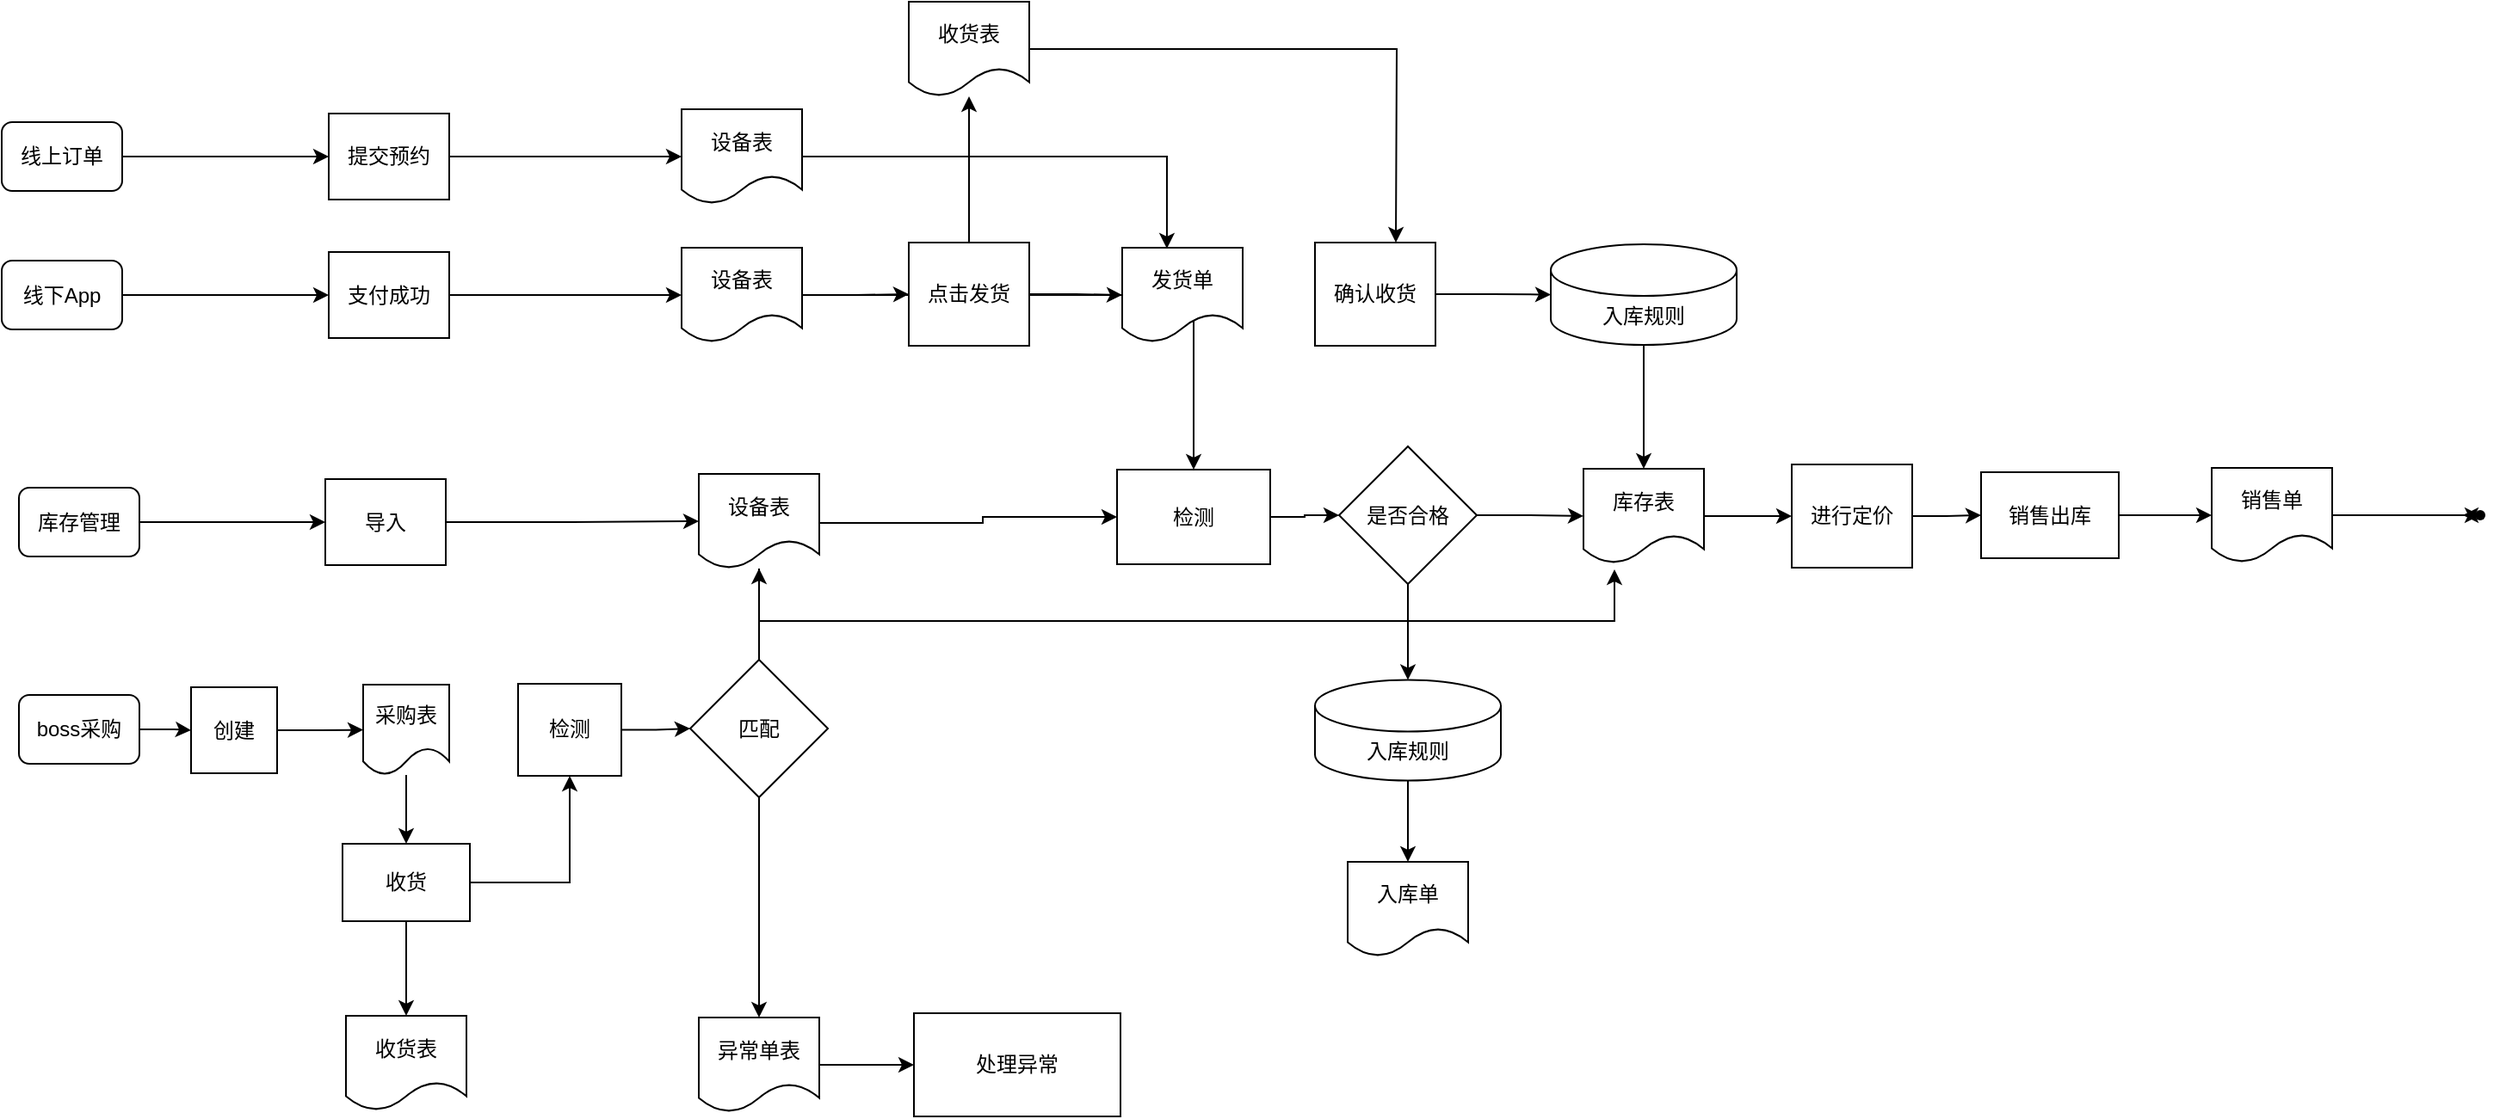
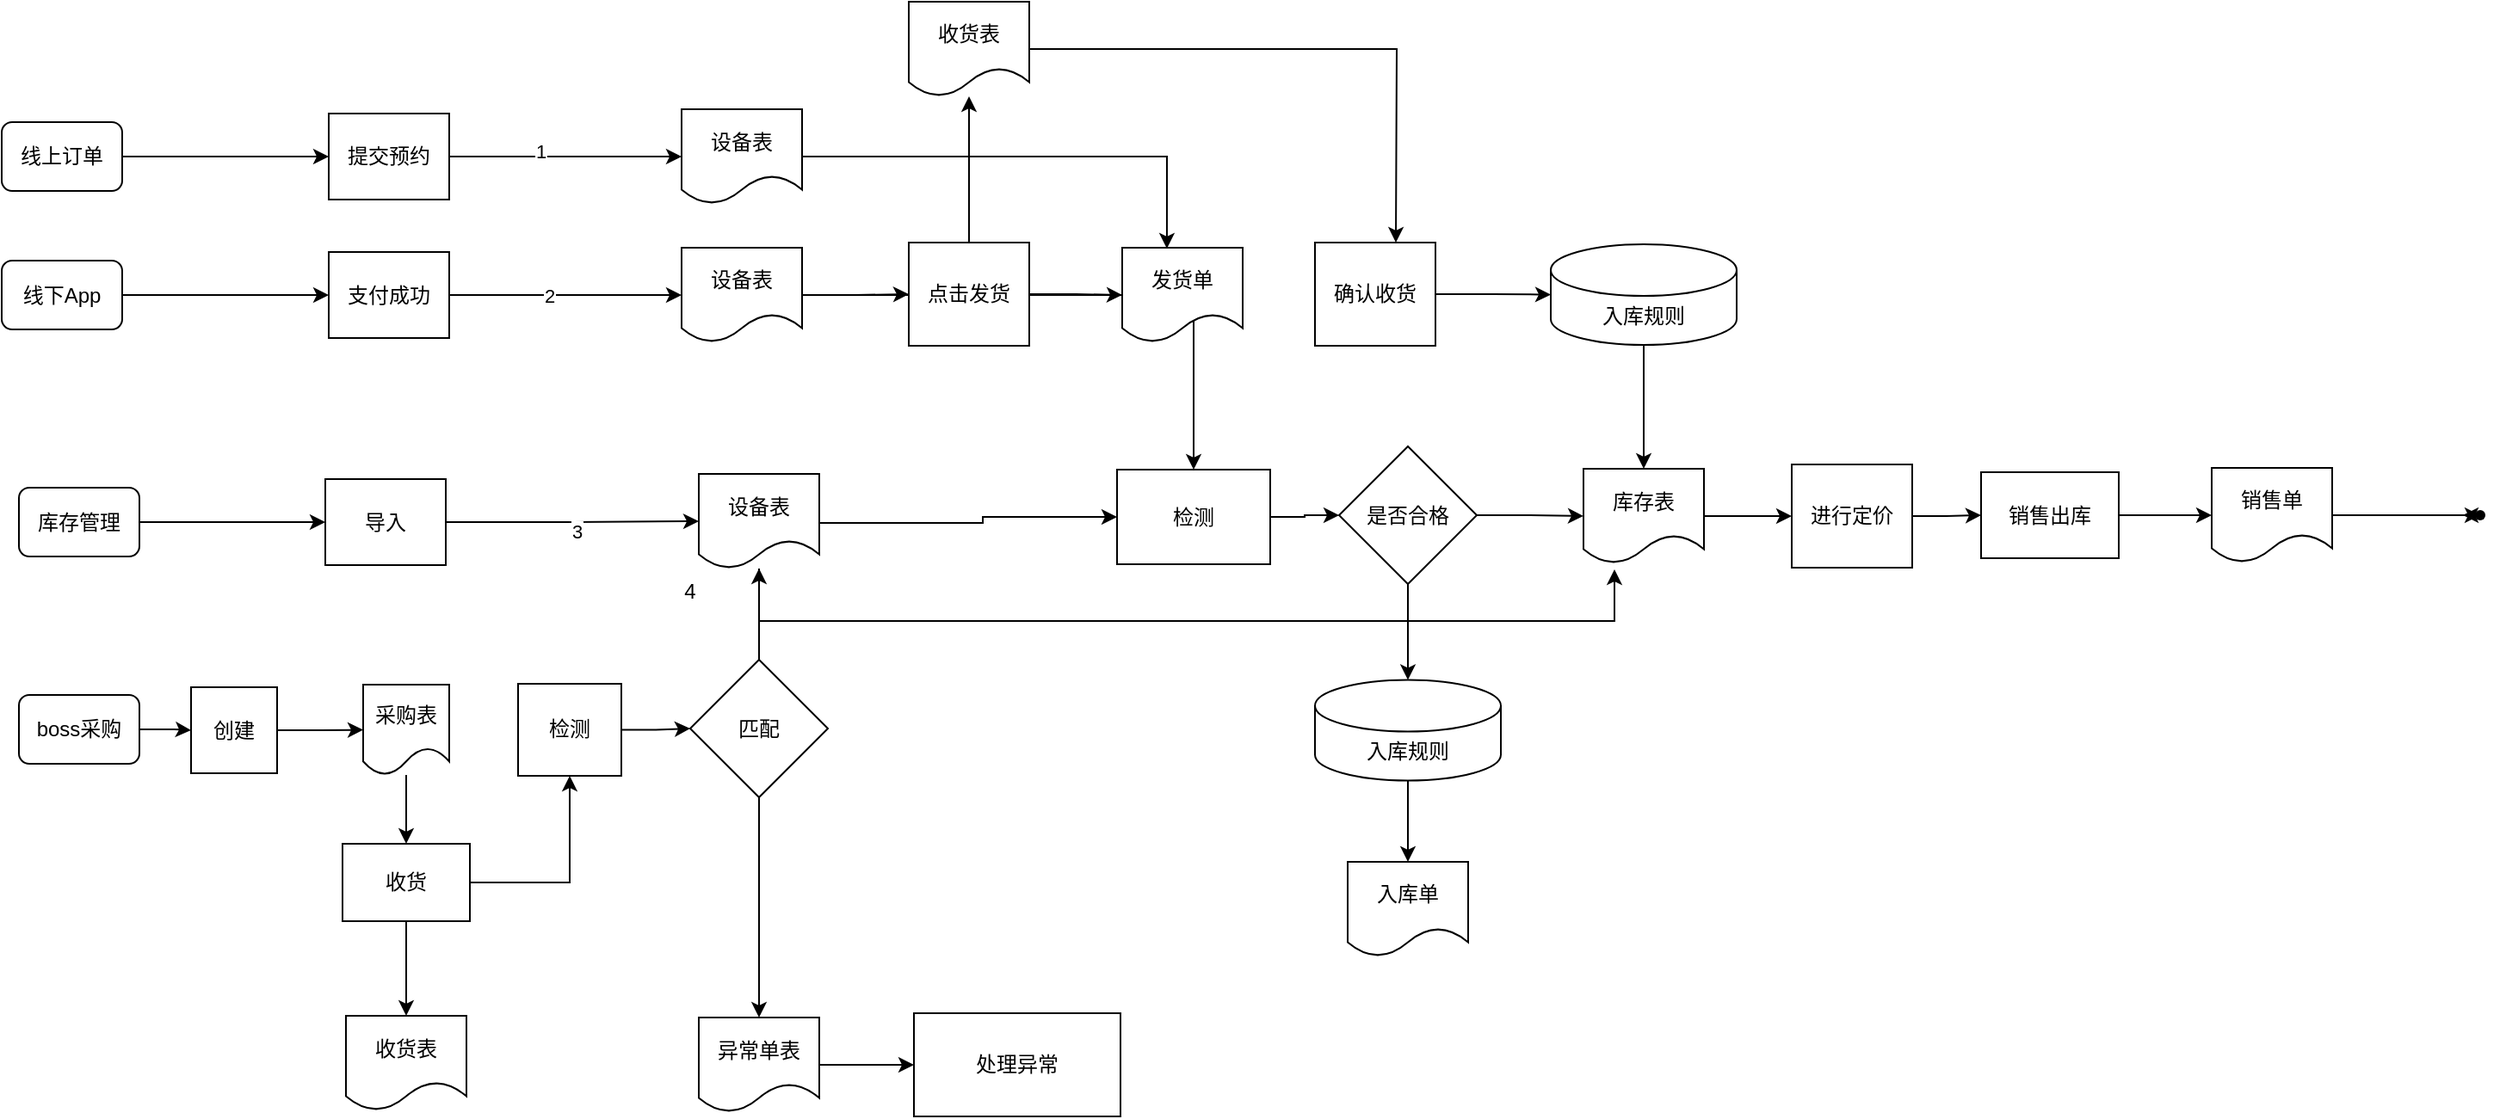
<mxfile host="app.diagrams.net">
  <diagram name="第 1 页" id="s3CgnVwbfZmktE_ADOAM">
-     <mxGraphModel dx="1945" dy="894" grid="1" gridSize="10" guides="1" tooltips="1" connect="1" arrows="1" fold="1" page="1" pageScale="1" pageWidth="827" pageHeight="1169" math="0" shadow="0">
+     <mxGraphModel dx="1465" dy="741" grid="1" gridSize="10" guides="1" tooltips="1" connect="1" arrows="1" fold="1" page="1" pageScale="1" pageWidth="827" pageHeight="1169" math="0" shadow="0">
      <root>
        <mxCell id="0" />
        <mxCell id="1" parent="0" />
        <mxCell id="9bAV4iDaCewVaVFpZhyE-6" edge="1" parent="1" source="9bAV4iDaCewVaVFpZhyE-1" style="edgeStyle=orthogonalEdgeStyle;rounded=0;orthogonalLoop=1;jettySize=auto;html=1;entryX=0;entryY=0.5;entryDx=0;entryDy=0;" target="9bAV4iDaCewVaVFpZhyE-5">
          <mxGeometry relative="1" as="geometry" />
        </mxCell>
        <mxCell id="9bAV4iDaCewVaVFpZhyE-1" parent="1" style="rounded=1;whiteSpace=wrap;html=1;" value="线上订单" vertex="1">
          <mxGeometry height="40" width="70" x="100" y="200" as="geometry" />
        </mxCell>
        <mxCell id="9bAV4iDaCewVaVFpZhyE-8" edge="1" parent="1" source="9bAV4iDaCewVaVFpZhyE-2" style="edgeStyle=orthogonalEdgeStyle;rounded=0;orthogonalLoop=1;jettySize=auto;html=1;entryX=0;entryY=0.5;entryDx=0;entryDy=0;" target="9bAV4iDaCewVaVFpZhyE-7">
          <mxGeometry relative="1" as="geometry" />
        </mxCell>
        <mxCell id="9bAV4iDaCewVaVFpZhyE-2" parent="1" style="rounded=1;whiteSpace=wrap;html=1;" value="线下App" vertex="1">
          <mxGeometry height="40" width="70" x="100" y="280.5" as="geometry" />
        </mxCell>
        <mxCell id="9bAV4iDaCewVaVFpZhyE-18" edge="1" parent="1" source="9bAV4iDaCewVaVFpZhyE-4" style="edgeStyle=orthogonalEdgeStyle;rounded=0;orthogonalLoop=1;jettySize=auto;html=1;entryX=0;entryY=0.5;entryDx=0;entryDy=0;" target="9bAV4iDaCewVaVFpZhyE-17">
          <mxGeometry relative="1" as="geometry" />
        </mxCell>
        <mxCell id="9bAV4iDaCewVaVFpZhyE-4" parent="1" style="rounded=1;whiteSpace=wrap;html=1;" value="boss采购" vertex="1">
          <mxGeometry height="40" width="70" x="110" y="533" as="geometry" />
        </mxCell>
        <mxCell id="9bAV4iDaCewVaVFpZhyE-13" edge="1" parent="1" source="9bAV4iDaCewVaVFpZhyE-5" style="edgeStyle=orthogonalEdgeStyle;rounded=0;orthogonalLoop=1;jettySize=auto;html=1;entryX=0;entryY=0.5;entryDx=0;entryDy=0;" target="9bAV4iDaCewVaVFpZhyE-10">
          <mxGeometry relative="1" as="geometry" />
        </mxCell>
+         <mxCell id="6U2cnajlqVI5yBvSTo5x-1" connectable="0" parent="9bAV4iDaCewVaVFpZhyE-13" style="edgeLabel;html=1;align=center;verticalAlign=middle;resizable=0;points=[];" value="1" vertex="1">
+           <mxGeometry relative="1" x="-0.22" y="3" as="geometry">
+             <mxPoint as="offset" />
+           </mxGeometry>
+         </mxCell>
        <mxCell id="9bAV4iDaCewVaVFpZhyE-5" parent="1" style="rounded=0;whiteSpace=wrap;html=1;" value="提交预约" vertex="1">
          <mxGeometry height="50" width="70" x="290" y="195" as="geometry" />
        </mxCell>
        <mxCell id="9bAV4iDaCewVaVFpZhyE-14" edge="1" parent="1" source="9bAV4iDaCewVaVFpZhyE-7" style="edgeStyle=orthogonalEdgeStyle;rounded=0;orthogonalLoop=1;jettySize=auto;html=1;entryX=0;entryY=0.5;entryDx=0;entryDy=0;" target="9bAV4iDaCewVaVFpZhyE-11">
          <mxGeometry relative="1" as="geometry" />
+         </mxCell>
+         <mxCell id="6U2cnajlqVI5yBvSTo5x-2" connectable="0" parent="9bAV4iDaCewVaVFpZhyE-14" style="edgeLabel;html=1;align=center;verticalAlign=middle;resizable=0;points=[];" value="2" vertex="1">
+           <mxGeometry relative="1" x="-0.1503" as="geometry">
+             <mxPoint as="offset" />
+           </mxGeometry>
        </mxCell>
        <mxCell id="9bAV4iDaCewVaVFpZhyE-7" parent="1" style="rounded=0;whiteSpace=wrap;html=1;" value="支付成功" vertex="1">
          <mxGeometry height="50" width="70" x="290" y="275.5" as="geometry" />
        </mxCell>
        <mxCell id="GVKssT9AvyQaVMVPeHK4-81" edge="1" parent="1" source="9bAV4iDaCewVaVFpZhyE-9" style="edgeStyle=orthogonalEdgeStyle;rounded=0;orthogonalLoop=1;jettySize=auto;html=1;" target="GVKssT9AvyQaVMVPeHK4-80" value="">
          <mxGeometry relative="1" as="geometry" />
        </mxCell>
        <mxCell id="8hWod6TTKWvcKmEvH4T0-15" edge="1" parent="1" source="9bAV4iDaCewVaVFpZhyE-9" style="edgeStyle=orthogonalEdgeStyle;rounded=0;orthogonalLoop=1;jettySize=auto;html=1;entryX=0.5;entryY=1;entryDx=0;entryDy=0;" target="GVKssT9AvyQaVMVPeHK4-85">
          <mxGeometry relative="1" as="geometry" />
        </mxCell>
        <mxCell id="9bAV4iDaCewVaVFpZhyE-9" parent="1" style="rounded=0;whiteSpace=wrap;html=1;" value="收货" vertex="1">
          <mxGeometry height="45" width="74" x="298" y="619.5" as="geometry" />
        </mxCell>
        <mxCell id="9bAV4iDaCewVaVFpZhyE-10" parent="1" style="shape=document;whiteSpace=wrap;html=1;boundedLbl=1;" value="设备表" vertex="1">
          <mxGeometry height="55" width="70" x="495" y="192.5" as="geometry" />
        </mxCell>
        <mxCell id="GVKssT9AvyQaVMVPeHK4-16" edge="1" parent="1" source="9bAV4iDaCewVaVFpZhyE-11" style="edgeStyle=orthogonalEdgeStyle;rounded=0;orthogonalLoop=1;jettySize=auto;html=1;entryX=0.5;entryY=0;entryDx=0;entryDy=0;" target="GVKssT9AvyQaVMVPeHK4-11">
          <mxGeometry relative="1" as="geometry" />
        </mxCell>
        <mxCell id="GVKssT9AvyQaVMVPeHK4-46" edge="1" parent="1" source="9bAV4iDaCewVaVFpZhyE-11" style="edgeStyle=orthogonalEdgeStyle;rounded=0;orthogonalLoop=1;jettySize=auto;html=1;entryX=0;entryY=0.5;entryDx=0;entryDy=0;" target="GVKssT9AvyQaVMVPeHK4-45">
          <mxGeometry relative="1" as="geometry" />
        </mxCell>
        <mxCell id="9bAV4iDaCewVaVFpZhyE-11" parent="1" style="shape=document;whiteSpace=wrap;html=1;boundedLbl=1;" value="设备表" vertex="1">
          <mxGeometry height="55" width="70" x="495" y="273" as="geometry" />
        </mxCell>
        <mxCell id="9bAV4iDaCewVaVFpZhyE-20" edge="1" parent="1" source="9bAV4iDaCewVaVFpZhyE-17" style="edgeStyle=orthogonalEdgeStyle;rounded=0;orthogonalLoop=1;jettySize=auto;html=1;entryX=0;entryY=0.5;entryDx=0;entryDy=0;" target="9bAV4iDaCewVaVFpZhyE-19">
          <mxGeometry relative="1" as="geometry" />
        </mxCell>
        <mxCell id="9bAV4iDaCewVaVFpZhyE-17" parent="1" style="rounded=0;whiteSpace=wrap;html=1;" value="创建" vertex="1">
          <mxGeometry height="50" width="50" x="210" y="528.5" as="geometry" />
        </mxCell>
        <mxCell id="GVKssT9AvyQaVMVPeHK4-70" edge="1" parent="1" source="9bAV4iDaCewVaVFpZhyE-19" style="edgeStyle=orthogonalEdgeStyle;rounded=0;orthogonalLoop=1;jettySize=auto;html=1;" target="9bAV4iDaCewVaVFpZhyE-9" value="">
          <mxGeometry relative="1" as="geometry" />
        </mxCell>
        <mxCell id="9bAV4iDaCewVaVFpZhyE-19" parent="1" style="shape=document;whiteSpace=wrap;html=1;boundedLbl=1;" value="采购表" vertex="1">
          <mxGeometry height="52.5" width="50" x="310" y="527" as="geometry" />
        </mxCell>
        <mxCell id="GVKssT9AvyQaVMVPeHK4-67" edge="1" parent="1" source="GVKssT9AvyQaVMVPeHK4-10" style="edgeStyle=orthogonalEdgeStyle;rounded=0;orthogonalLoop=1;jettySize=auto;html=1;" target="GVKssT9AvyQaVMVPeHK4-13" value="">
          <mxGeometry relative="1" as="geometry" />
        </mxCell>
        <mxCell id="8hWod6TTKWvcKmEvH4T0-7" edge="1" parent="1" source="GVKssT9AvyQaVMVPeHK4-10" style="edgeStyle=orthogonalEdgeStyle;rounded=0;orthogonalLoop=1;jettySize=auto;html=1;" target="8hWod6TTKWvcKmEvH4T0-6" value="">
          <mxGeometry relative="1" as="geometry" />
        </mxCell>
        <mxCell id="GVKssT9AvyQaVMVPeHK4-10" parent="1" style="rhombus;whiteSpace=wrap;html=1;" value="是否合格" vertex="1">
          <mxGeometry height="80" width="80" x="877" y="388.5" as="geometry" />
        </mxCell>
        <mxCell id="GVKssT9AvyQaVMVPeHK4-74" edge="1" parent="1" source="GVKssT9AvyQaVMVPeHK4-11" style="edgeStyle=orthogonalEdgeStyle;rounded=0;orthogonalLoop=1;jettySize=auto;html=1;" target="GVKssT9AvyQaVMVPeHK4-10" value="">
          <mxGeometry relative="1" as="geometry" />
        </mxCell>
        <mxCell id="GVKssT9AvyQaVMVPeHK4-11" parent="1" style="rounded=0;whiteSpace=wrap;html=1;" value="&lt;span style=&quot;text-align: left;&quot;&gt;检测&lt;/span&gt;" vertex="1">
          <mxGeometry height="55" width="89" x="748" y="402" as="geometry" />
        </mxCell>
        <mxCell id="GVKssT9AvyQaVMVPeHK4-60" edge="1" parent="1" source="GVKssT9AvyQaVMVPeHK4-13" style="edgeStyle=orthogonalEdgeStyle;rounded=0;orthogonalLoop=1;jettySize=auto;html=1;" target="GVKssT9AvyQaVMVPeHK4-19" value="">
          <mxGeometry relative="1" as="geometry" />
        </mxCell>
        <mxCell id="GVKssT9AvyQaVMVPeHK4-13" parent="1" style="shape=document;whiteSpace=wrap;html=1;boundedLbl=1;" value="库存表" vertex="1">
          <mxGeometry height="55" width="70" x="1019" y="401.5" as="geometry" />
        </mxCell>
        <mxCell id="GVKssT9AvyQaVMVPeHK4-22" edge="1" parent="1" source="GVKssT9AvyQaVMVPeHK4-19" style="edgeStyle=orthogonalEdgeStyle;rounded=0;orthogonalLoop=1;jettySize=auto;html=1;" target="GVKssT9AvyQaVMVPeHK4-21" value="">
          <mxGeometry relative="1" as="geometry" />
        </mxCell>
        <mxCell id="GVKssT9AvyQaVMVPeHK4-19" parent="1" style="rounded=0;whiteSpace=wrap;html=1;" value="进行定价" vertex="1">
          <mxGeometry height="60" width="70" x="1140" y="399" as="geometry" />
        </mxCell>
        <mxCell id="GVKssT9AvyQaVMVPeHK4-25" edge="1" parent="1" source="GVKssT9AvyQaVMVPeHK4-21" style="edgeStyle=orthogonalEdgeStyle;rounded=0;orthogonalLoop=1;jettySize=auto;html=1;" target="GVKssT9AvyQaVMVPeHK4-24" value="">
          <mxGeometry relative="1" as="geometry" />
        </mxCell>
        <mxCell id="GVKssT9AvyQaVMVPeHK4-21" parent="1" style="whiteSpace=wrap;html=1;rounded=0;" value="销售出库" vertex="1">
          <mxGeometry height="50" width="80" x="1250" y="403.5" as="geometry" />
        </mxCell>
        <mxCell id="GVKssT9AvyQaVMVPeHK4-62" edge="1" parent="1" source="GVKssT9AvyQaVMVPeHK4-61" style="edgeStyle=orthogonalEdgeStyle;rounded=0;orthogonalLoop=1;jettySize=auto;html=1;" value="">
          <mxGeometry relative="1" as="geometry">
            <mxPoint x="1530" y="429" as="targetPoint" />
          </mxGeometry>
        </mxCell>
        <mxCell id="GVKssT9AvyQaVMVPeHK4-24" parent="1" style="shape=document;whiteSpace=wrap;html=1;boundedLbl=1;" value="销售单" vertex="1">
          <mxGeometry height="55" width="70" x="1384" y="401" as="geometry" />
        </mxCell>
        <mxCell id="GVKssT9AvyQaVMVPeHK4-26" parent="1" style="shape=document;whiteSpace=wrap;html=1;boundedLbl=1;" value="发货单" vertex="1">
          <mxGeometry height="55" width="70" x="751" y="273" as="geometry" />
        </mxCell>
        <mxCell id="GVKssT9AvyQaVMVPeHK4-30" edge="1" parent="1" source="9bAV4iDaCewVaVFpZhyE-2" style="edgeStyle=orthogonalEdgeStyle;rounded=0;orthogonalLoop=1;jettySize=auto;html=1;exitX=0.5;exitY=1;exitDx=0;exitDy=0;" target="9bAV4iDaCewVaVFpZhyE-2">
          <mxGeometry relative="1" as="geometry" />
        </mxCell>
        <mxCell id="GVKssT9AvyQaVMVPeHK4-31" edge="1" parent="1" style="edgeStyle=orthogonalEdgeStyle;rounded=0;orthogonalLoop=1;jettySize=auto;html=1;exitX=0.5;exitY=1;exitDx=0;exitDy=0;">
          <mxGeometry relative="1" as="geometry">
            <mxPoint x="200" y="390" as="sourcePoint" />
            <mxPoint x="200" y="390" as="targetPoint" />
          </mxGeometry>
        </mxCell>
        <mxCell id="GVKssT9AvyQaVMVPeHK4-34" edge="1" parent="1" source="GVKssT9AvyQaVMVPeHK4-32" style="edgeStyle=orthogonalEdgeStyle;rounded=0;orthogonalLoop=1;jettySize=auto;html=1;entryX=0;entryY=0.5;entryDx=0;entryDy=0;" target="GVKssT9AvyQaVMVPeHK4-33">
          <mxGeometry relative="1" as="geometry" />
        </mxCell>
        <mxCell id="GVKssT9AvyQaVMVPeHK4-32" parent="1" style="rounded=1;whiteSpace=wrap;html=1;" value="库存管理" vertex="1">
          <mxGeometry height="40" width="70" x="110" y="412.5" as="geometry" />
        </mxCell>
        <mxCell id="GVKssT9AvyQaVMVPeHK4-33" parent="1" style="rounded=0;whiteSpace=wrap;html=1;" value="导入" vertex="1">
          <mxGeometry height="50" width="70" x="288" y="407.5" as="geometry" />
        </mxCell>
        <mxCell id="GVKssT9AvyQaVMVPeHK4-39" edge="1" parent="1" style="edgeStyle=orthogonalEdgeStyle;rounded=0;orthogonalLoop=1;jettySize=auto;html=1;exitX=0.5;exitY=1;exitDx=0;exitDy=0;">
          <mxGeometry relative="1" as="geometry">
            <mxPoint x="133" y="453.5" as="sourcePoint" />
            <mxPoint x="133" y="453.5" as="targetPoint" />
          </mxGeometry>
        </mxCell>
        <mxCell id="GVKssT9AvyQaVMVPeHK4-75" edge="1" parent="1" source="GVKssT9AvyQaVMVPeHK4-40" style="edgeStyle=orthogonalEdgeStyle;rounded=0;orthogonalLoop=1;jettySize=auto;html=1;">
          <mxGeometry relative="1" as="geometry">
            <Array as="points">
              <mxPoint x="540" y="490" />
              <mxPoint x="1037" y="490" />
            </Array>
            <mxPoint x="1037" y="460" as="targetPoint" />
          </mxGeometry>
        </mxCell>
        <mxCell id="GVKssT9AvyQaVMVPeHK4-94" edge="1" parent="1" source="GVKssT9AvyQaVMVPeHK4-40" style="edgeStyle=orthogonalEdgeStyle;rounded=0;orthogonalLoop=1;jettySize=auto;html=1;entryX=0;entryY=0.5;entryDx=0;entryDy=0;" target="GVKssT9AvyQaVMVPeHK4-11">
          <mxGeometry relative="1" as="geometry">
            <Array as="points">
              <mxPoint x="670" y="433" />
              <mxPoint x="670" y="429" />
            </Array>
          </mxGeometry>
        </mxCell>
        <mxCell id="GVKssT9AvyQaVMVPeHK4-40" parent="1" style="shape=document;whiteSpace=wrap;html=1;boundedLbl=1;" value="设备表" vertex="1">
          <mxGeometry height="55" width="70" x="505" y="404.5" as="geometry" />
        </mxCell>
        <mxCell id="GVKssT9AvyQaVMVPeHK4-41" edge="1" parent="1" source="GVKssT9AvyQaVMVPeHK4-33" style="edgeStyle=orthogonalEdgeStyle;rounded=0;orthogonalLoop=1;jettySize=auto;html=1;entryX=0;entryY=0.5;entryDx=0;entryDy=0;" target="GVKssT9AvyQaVMVPeHK4-40">
          <mxGeometry relative="1" as="geometry" />
        </mxCell>
+         <mxCell id="6U2cnajlqVI5yBvSTo5x-3" connectable="0" parent="GVKssT9AvyQaVMVPeHK4-41" style="edgeLabel;html=1;align=center;verticalAlign=middle;resizable=0;points=[];" value="3" vertex="1">
+           <mxGeometry relative="1" x="0.0342" y="-6" as="geometry">
+             <mxPoint as="offset" />
+           </mxGeometry>
+         </mxCell>
        <mxCell id="GVKssT9AvyQaVMVPeHK4-47" edge="1" parent="1" source="GVKssT9AvyQaVMVPeHK4-45" style="edgeStyle=orthogonalEdgeStyle;rounded=0;orthogonalLoop=1;jettySize=auto;html=1;entryX=0;entryY=0.5;entryDx=0;entryDy=0;" target="GVKssT9AvyQaVMVPeHK4-26">
          <mxGeometry relative="1" as="geometry" />
        </mxCell>
        <mxCell id="8hWod6TTKWvcKmEvH4T0-10" edge="1" parent="1" source="GVKssT9AvyQaVMVPeHK4-45" style="edgeStyle=orthogonalEdgeStyle;rounded=0;orthogonalLoop=1;jettySize=auto;html=1;" target="8hWod6TTKWvcKmEvH4T0-9" value="">
          <mxGeometry relative="1" as="geometry" />
        </mxCell>
        <mxCell id="GVKssT9AvyQaVMVPeHK4-45" parent="1" style="rounded=0;whiteSpace=wrap;html=1;" value="点击发货" vertex="1">
          <mxGeometry height="60" width="70" x="627" y="270" as="geometry" />
        </mxCell>
        <mxCell id="GVKssT9AvyQaVMVPeHK4-48" edge="1" parent="1" source="9bAV4iDaCewVaVFpZhyE-10" style="edgeStyle=orthogonalEdgeStyle;rounded=0;orthogonalLoop=1;jettySize=auto;html=1;entryX=0.371;entryY=0.009;entryDx=0;entryDy=0;entryPerimeter=0;" target="GVKssT9AvyQaVMVPeHK4-26">
          <mxGeometry relative="1" as="geometry" />
        </mxCell>
        <mxCell id="8hWod6TTKWvcKmEvH4T0-12" edge="1" parent="1" source="GVKssT9AvyQaVMVPeHK4-49" style="edgeStyle=orthogonalEdgeStyle;rounded=0;orthogonalLoop=1;jettySize=auto;html=1;" target="8hWod6TTKWvcKmEvH4T0-11" value="">
          <mxGeometry relative="1" as="geometry" />
        </mxCell>
        <mxCell id="GVKssT9AvyQaVMVPeHK4-49" parent="1" style="whiteSpace=wrap;html=1;" value="确认收货" vertex="1">
          <mxGeometry height="60" width="70" x="863" y="270" as="geometry" />
        </mxCell>
        <mxCell id="GVKssT9AvyQaVMVPeHK4-65" edge="1" parent="1" source="GVKssT9AvyQaVMVPeHK4-24" style="edgeStyle=orthogonalEdgeStyle;rounded=0;orthogonalLoop=1;jettySize=auto;html=1;" target="GVKssT9AvyQaVMVPeHK4-61" value="">
          <mxGeometry relative="1" as="geometry">
            <mxPoint x="1454" y="429" as="sourcePoint" />
            <mxPoint x="1530" y="429" as="targetPoint" />
          </mxGeometry>
        </mxCell>
        <mxCell id="GVKssT9AvyQaVMVPeHK4-61" parent="1" style="shape=waypoint;sketch=0;size=6;pointerEvents=1;points=[];fillColor=default;resizable=0;rotatable=0;perimeter=centerPerimeter;snapToPoint=1;" value="" vertex="1">
          <mxGeometry height="20" width="20" x="1530" y="418.5" as="geometry" />
        </mxCell>
        <mxCell id="GVKssT9AvyQaVMVPeHK4-80" parent="1" style="shape=document;whiteSpace=wrap;html=1;boundedLbl=1;" value="收货表" vertex="1">
          <mxGeometry height="55" width="70" x="300" y="719.5" as="geometry" />
        </mxCell>
        <mxCell id="GVKssT9AvyQaVMVPeHK4-88" edge="1" parent="1" source="GVKssT9AvyQaVMVPeHK4-85" style="edgeStyle=orthogonalEdgeStyle;rounded=0;orthogonalLoop=1;jettySize=auto;html=1;" target="GVKssT9AvyQaVMVPeHK4-87" value="">
          <mxGeometry relative="1" as="geometry" />
        </mxCell>
        <mxCell id="GVKssT9AvyQaVMVPeHK4-85" parent="1" style="rounded=0;whiteSpace=wrap;html=1;" value="&lt;span style=&quot;text-align: left;&quot;&gt;检测&lt;/span&gt;" vertex="1">
          <mxGeometry height="53.5" width="60" x="400" y="526.5" as="geometry" />
        </mxCell>
        <mxCell id="GVKssT9AvyQaVMVPeHK4-91" edge="1" parent="1" source="GVKssT9AvyQaVMVPeHK4-87" style="edgeStyle=orthogonalEdgeStyle;rounded=0;orthogonalLoop=1;jettySize=auto;html=1;" target="GVKssT9AvyQaVMVPeHK4-40" value="">
          <mxGeometry relative="1" as="geometry" />
        </mxCell>
        <mxCell id="GVKssT9AvyQaVMVPeHK4-93" edge="1" parent="1" source="GVKssT9AvyQaVMVPeHK4-87" style="edgeStyle=orthogonalEdgeStyle;rounded=0;orthogonalLoop=1;jettySize=auto;html=1;entryX=0.5;entryY=0;entryDx=0;entryDy=0;" target="GVKssT9AvyQaVMVPeHK4-92">
          <mxGeometry relative="1" as="geometry" />
        </mxCell>
        <mxCell id="GVKssT9AvyQaVMVPeHK4-87" parent="1" style="rhombus;whiteSpace=wrap;html=1;" value="匹配" vertex="1">
          <mxGeometry height="80" width="80" x="500" y="512.5" as="geometry" />
        </mxCell>
        <mxCell id="GVKssT9AvyQaVMVPeHK4-96" edge="1" parent="1" source="GVKssT9AvyQaVMVPeHK4-92" style="edgeStyle=orthogonalEdgeStyle;rounded=0;orthogonalLoop=1;jettySize=auto;html=1;" target="GVKssT9AvyQaVMVPeHK4-95" value="">
          <mxGeometry relative="1" as="geometry" />
        </mxCell>
        <mxCell id="GVKssT9AvyQaVMVPeHK4-92" parent="1" style="shape=document;whiteSpace=wrap;html=1;boundedLbl=1;" value="异常单表" vertex="1">
          <mxGeometry height="55" width="70" x="505" y="720.5" as="geometry" />
        </mxCell>
        <mxCell id="GVKssT9AvyQaVMVPeHK4-95" parent="1" style="whiteSpace=wrap;html=1;" value="处理异常" vertex="1">
          <mxGeometry height="60" width="120" x="630" y="718" as="geometry" />
        </mxCell>
        <mxCell id="8hWod6TTKWvcKmEvH4T0-4" parent="1" style="shape=document;whiteSpace=wrap;html=1;boundedLbl=1;" value="入库单" vertex="1">
          <mxGeometry height="55" width="70" x="882" y="630" as="geometry" />
        </mxCell>
        <mxCell id="8hWod6TTKWvcKmEvH4T0-8" edge="1" parent="1" source="8hWod6TTKWvcKmEvH4T0-6" style="edgeStyle=orthogonalEdgeStyle;rounded=0;orthogonalLoop=1;jettySize=auto;html=1;" target="8hWod6TTKWvcKmEvH4T0-4" value="">
          <mxGeometry relative="1" as="geometry" />
        </mxCell>
        <mxCell id="8hWod6TTKWvcKmEvH4T0-6" parent="1" style="shape=cylinder3;whiteSpace=wrap;html=1;boundedLbl=1;backgroundOutline=1;size=15;" value="入库规则" vertex="1">
          <mxGeometry height="58.5" width="108" x="863" y="524.25" as="geometry" />
        </mxCell>
        <mxCell id="8hWod6TTKWvcKmEvH4T0-14" edge="1" parent="1" source="8hWod6TTKWvcKmEvH4T0-9" style="edgeStyle=orthogonalEdgeStyle;rounded=0;orthogonalLoop=1;jettySize=auto;html=1;">
          <mxGeometry relative="1" as="geometry">
            <mxPoint x="910" y="270" as="targetPoint" />
          </mxGeometry>
        </mxCell>
        <mxCell id="8hWod6TTKWvcKmEvH4T0-9" parent="1" style="shape=document;whiteSpace=wrap;html=1;boundedLbl=1;" value="收货表" vertex="1">
          <mxGeometry height="55" width="70" x="627" y="130" as="geometry" />
        </mxCell>
        <mxCell id="8hWod6TTKWvcKmEvH4T0-13" edge="1" parent="1" source="8hWod6TTKWvcKmEvH4T0-11" style="edgeStyle=orthogonalEdgeStyle;rounded=0;orthogonalLoop=1;jettySize=auto;html=1;" target="GVKssT9AvyQaVMVPeHK4-13" value="">
          <mxGeometry relative="1" as="geometry" />
        </mxCell>
        <mxCell id="8hWod6TTKWvcKmEvH4T0-11" parent="1" style="shape=cylinder3;whiteSpace=wrap;html=1;boundedLbl=1;backgroundOutline=1;size=15;" value="入库规则" vertex="1">
          <mxGeometry height="58.5" width="108" x="1000" y="271" as="geometry" />
+         </mxCell>
+         <mxCell id="6U2cnajlqVI5yBvSTo5x-4" parent="1" style="text;html=1;whiteSpace=wrap;strokeColor=none;fillColor=none;align=center;verticalAlign=middle;rounded=0;" value="4" vertex="1">
+           <mxGeometry height="30" width="60" x="470" y="457.5" as="geometry" />
        </mxCell>
      </root>
    </mxGraphModel>
  </diagram>
</mxfile>
